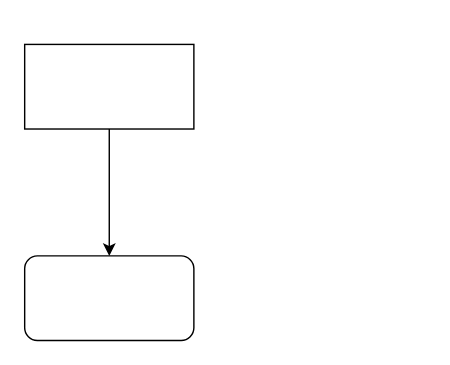
Earlier version of the draw.io diagram 未命名绘图.drawio (wukong-laiqujing/gitbook_test). Source tidied: cells renumbered, new cells numbered last; positions are measured from the earlier drawing's top-left corner, leaving out a move shared by most shapes. Both pictures are drawn from the tidied source at 141%, with x=0, y=0 at pixel (24, 44).
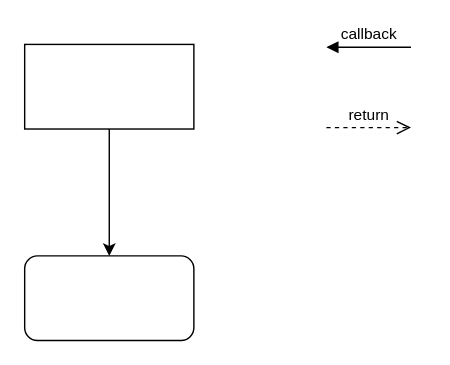
Above is the later version.

Commit message:
更新未命名绘图.drawio

Diff of the diagram source:
```diff
@@
 <mxGraphModel>
   <root>
     <mxCell id="0" />
     <mxCell id="1" parent="0" />
     <mxCell id="2" style="rounded=0;whiteSpace=wrap;html=1;" parent="1" vertex="1">
       <mxGeometry width="120" height="60" as="geometry" />
     </mxCell>
     <mxCell id="3" style="rounded=1;whiteSpace=wrap;html=1;" parent="1" vertex="1">
       <mxGeometry y="150" width="120" height="60" as="geometry" />
     </mxCell>
     <mxCell id="4" style="endArrow=classic;html=1;rounded=0;exitX=0.5;exitY=1;exitDx=0;exitDy=0;" parent="1" edge="1" source="2" target="3">
       <mxGeometry relative="1" as="geometry" />
     </mxCell>
+    <mxCell id="5" value="callback" style="html=1;verticalAlign=bottom;endArrow=block;entryX=1;entryY=0;rounded=0;" parent="1" edge="1">
+      <mxGeometry relative="1" as="geometry">
+        <mxPoint x="274" y="2" as="sourcePoint" />
+        <mxPoint x="214" y="2" as="targetPoint" />
+      </mxGeometry>
+    </mxCell>
+    <mxCell id="6" value="return" style="html=1;verticalAlign=bottom;endArrow=open;dashed=1;endSize=8;exitX=1;exitY=0.95;rounded=0;" parent="1" edge="1">
+      <mxGeometry relative="1" as="geometry">
+        <mxPoint x="214" y="59" as="sourcePoint" />
+        <mxPoint x="274" y="59" as="targetPoint" />
+      </mxGeometry>
+    </mxCell>
   </root>
 </mxGraphModel>
```
